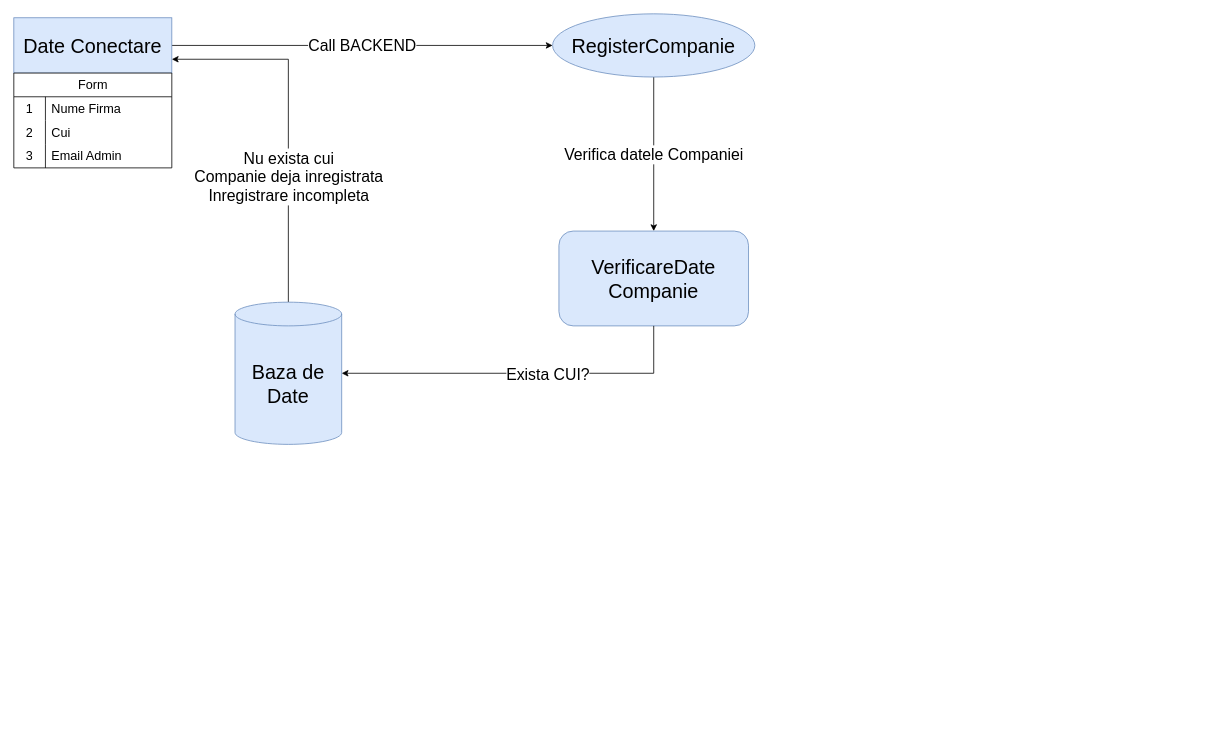
Earlier version of the draw.io diagram Diagramă fără titlu.drawio (andreibill/Arhitecture). Source tidied: cells renumbered, new cells numbered last; positions are measured from the earlier drawing's top-left corner, leaving out a move shared by most shapes. Both pictures are drawn from the tidied source at 79%, with x=0, y=0 at pixel (13, 13).
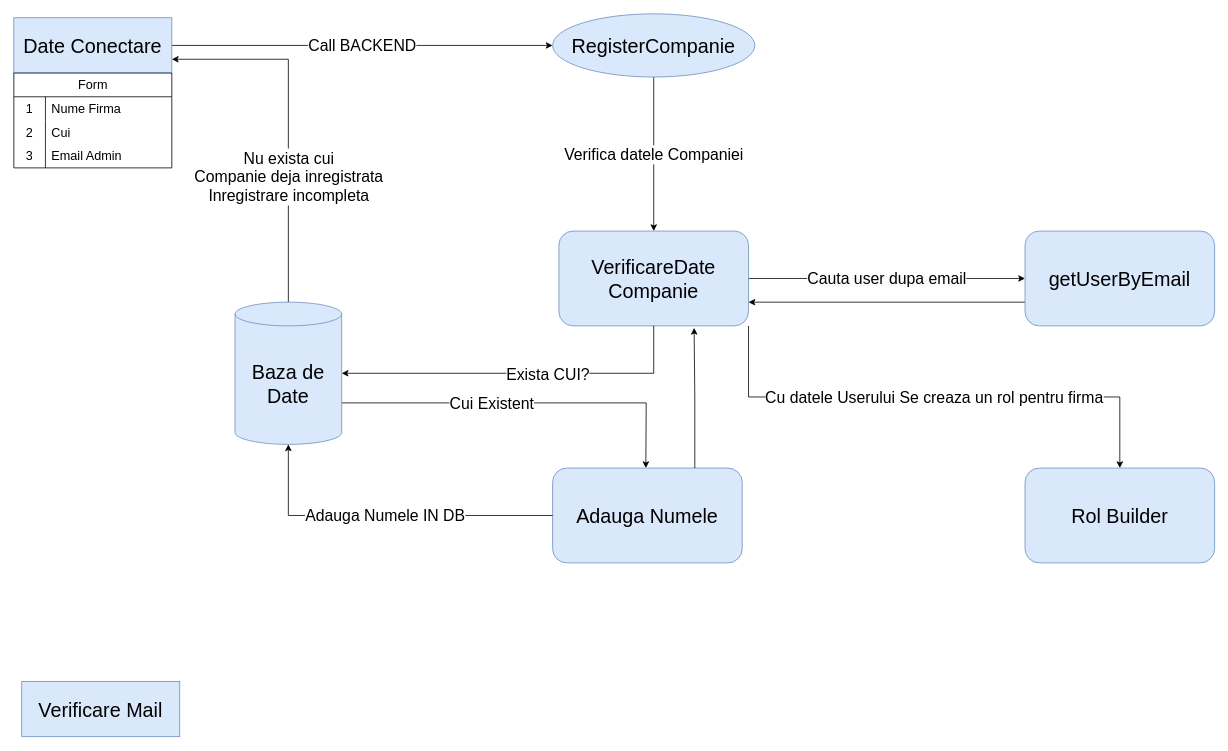
The same page after the edit.

The change refers to these unchanged cells:
```xml
<mxCell id="17" value="&lt;font style=&quot;font-size: 25px;&quot;&gt;VerificareDate&lt;br&gt;Companie&lt;/font&gt;" style="rounded=1;whiteSpace=wrap;html=1;strokeColor=#6c8ebf;align=center;verticalAlign=middle;fontFamily=Helvetica;fontSize=12;fontColor=default;fillColor=#dae8fc;" parent="1" vertex="1">
  <mxGeometry x="690" y="275" width="240" height="120" as="geometry" />
</mxCell>
<mxCell id="20" value="&lt;font style=&quot;font-size: 25px;&quot;&gt;Baza de Date&lt;/font&gt;" style="shape=cylinder3;whiteSpace=wrap;html=1;boundedLbl=1;backgroundOutline=1;size=15;rounded=0;strokeColor=#6c8ebf;align=center;verticalAlign=middle;fontFamily=Helvetica;fontSize=12;fontColor=default;fillColor=#dae8fc;" parent="1" vertex="1">
  <mxGeometry x="280" y="365" width="135" height="180" as="geometry" />
</mxCell>
```

Change to the diagram source:
```diff
@@
+    <mxCell id="21" value="&lt;span style=&quot;color: rgb(0, 0, 0); font-family: Helvetica; font-style: normal; font-variant-ligatures: normal; font-variant-caps: normal; font-weight: 400; letter-spacing: normal; orphans: 2; text-align: center; text-indent: 0px; text-transform: none; widows: 2; word-spacing: 0px; -webkit-text-stroke-width: 0px; background-color: rgb(251, 251, 251); text-decoration-thickness: initial; text-decoration-style: initial; text-decoration-color: initial; float: none; display: inline !important;&quot;&gt;&lt;font style=&quot;font-size: 20px;&quot;&gt;Cauta user dupa email&lt;/font&gt;&lt;/span&gt;" style="edgeStyle=orthogonalEdgeStyle;rounded=0;jettySize=auto;html=1;exitX=1;exitY=0.5;exitDx=0;exitDy=0;entryX=0;entryY=0.5;entryDx=0;entryDy=0;fontFamily=Helvetica;fontSize=12;fontColor=default;" parent="1" edge="1" source="17" target="28">
+      <mxGeometry relative="1" as="geometry" />
+    </mxCell>
@@
+    <mxCell id="22" value="&lt;font style=&quot;font-size: 20px;&quot;&gt;Cui Existent&lt;/font&gt;" style="edgeStyle=orthogonalEdgeStyle;rounded=0;jettySize=auto;html=1;exitX=1;exitY=0;exitDx=0;exitDy=127.5;exitPerimeter=0;fontFamily=Helvetica;fontSize=12;fontColor=default;" parent="1" edge="1" source="20">
+      <mxGeometry x="-0.19" relative="1" as="geometry">
+        <mxPoint x="800" y="575" as="targetPoint" />
+      </mxGeometry>
+    </mxCell>
@@
+    <mxCell id="23" value="&lt;span style=&quot;font-size: 25px;&quot;&gt;Adauga Numele&lt;/span&gt;" style="rounded=1;whiteSpace=wrap;html=1;strokeColor=#6c8ebf;align=center;verticalAlign=middle;fontFamily=Helvetica;fontSize=12;fontColor=default;fillColor=#dae8fc;" parent="1" vertex="1">
+      <mxGeometry x="682" y="575" width="240" height="120" as="geometry" />
+    </mxCell>
+    <mxCell id="24" value="&lt;font style=&quot;font-size: 20px;&quot;&gt;Adauga Numele IN DB&lt;/font&gt;" style="edgeStyle=orthogonalEdgeStyle;rounded=0;jettySize=auto;html=1;exitX=0;exitY=0.5;exitDx=0;exitDy=0;entryX=0.5;entryY=1;entryDx=0;entryDy=0;entryPerimeter=0;fontFamily=Helvetica;fontSize=12;fontColor=default;" parent="1" edge="1" source="23" target="20">
+      <mxGeometry relative="1" as="geometry" />
+    </mxCell>
+    <mxCell id="25" style="edgeStyle=orthogonalEdgeStyle;rounded=0;jettySize=auto;html=1;exitX=0.75;exitY=0;exitDx=0;exitDy=0;entryX=0.713;entryY=1.021;entryDx=0;entryDy=0;entryPerimeter=0;fontFamily=Helvetica;fontSize=12;fontColor=default;" parent="1" edge="1" source="23" target="17">
+      <mxGeometry relative="1" as="geometry" />
+    </mxCell>
+    <mxCell id="26" value="&lt;font style=&quot;font-size: 20px;&quot;&gt;Cu datele Userului Se creaza un rol pentru firma&lt;/font&gt;" style="edgeStyle=orthogonalEdgeStyle;rounded=0;jettySize=auto;html=1;exitX=1;exitY=1;exitDx=0;exitDy=0;entryX=0.5;entryY=0;entryDx=0;entryDy=0;fontFamily=Helvetica;fontSize=12;fontColor=default;" parent="1" edge="1" source="17" target="29">
+      <mxGeometry relative="1" as="geometry" />
+    </mxCell>
+    <mxCell id="27" style="edgeStyle=orthogonalEdgeStyle;rounded=0;jettySize=auto;html=1;exitX=0;exitY=0.75;exitDx=0;exitDy=0;entryX=1;entryY=0.75;entryDx=0;entryDy=0;fontFamily=Helvetica;fontSize=12;fontColor=default;" parent="1" edge="1" source="28" target="17">
+      <mxGeometry relative="1" as="geometry" />
+    </mxCell>
+    <mxCell id="28" value="&lt;span style=&quot;font-size: 25px;&quot;&gt;getUserByEmail&lt;/span&gt;" style="rounded=1;whiteSpace=wrap;html=1;strokeColor=#6c8ebf;align=center;verticalAlign=middle;fontFamily=Helvetica;fontSize=12;fontColor=default;fillColor=#dae8fc;" parent="1" vertex="1">
+      <mxGeometry x="1280" y="275" width="240" height="120" as="geometry" />
+    </mxCell>
+    <mxCell id="29" value="&lt;span style=&quot;font-size: 25px;&quot;&gt;Rol Builder&lt;/span&gt;" style="rounded=1;whiteSpace=wrap;html=1;strokeColor=#6c8ebf;align=center;verticalAlign=middle;fontFamily=Helvetica;fontSize=12;fontColor=default;fillColor=#dae8fc;" parent="1" vertex="1">
+      <mxGeometry x="1280" y="575" width="240" height="120" as="geometry" />
+    </mxCell>
+    <mxCell id="30" value="&lt;span style=&quot;font-size: 25px;&quot;&gt;Verificare Mail&lt;/span&gt;" style="rounded=0;whiteSpace=wrap;html=1;fillColor=#dae8fc;strokeColor=#6c8ebf;" parent="1" vertex="1">
+      <mxGeometry x="10" y="845" width="200" height="70" as="geometry" />
+    </mxCell>
```
